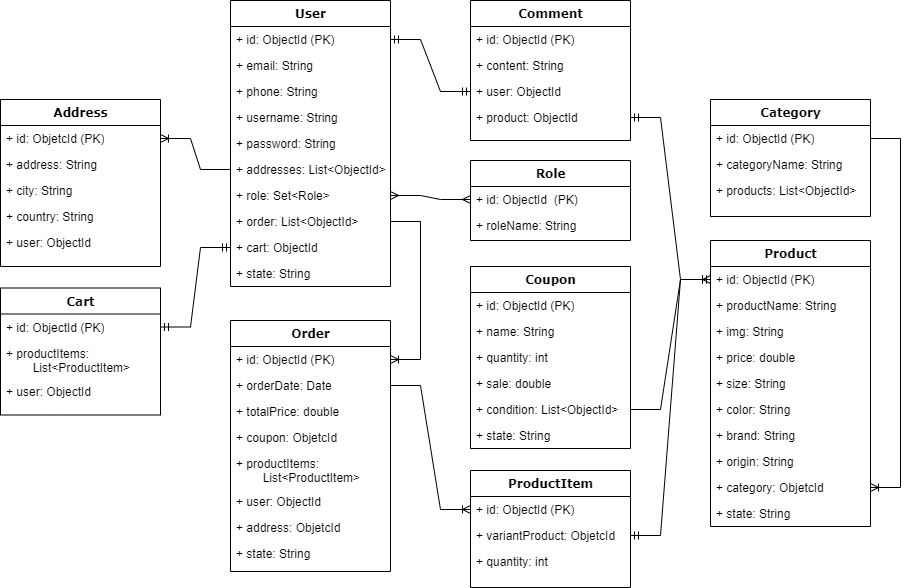
HuYssss/WatchStore keeps this draw.io diagram as WatchStoreDocs/ERD/WatchStoreERD.png. Above is the earlier version. Source tidied: cells renumbered, new cells last; positions are measured from the earlier drawing's top-left corner, leaving out a move shared by most shapes.
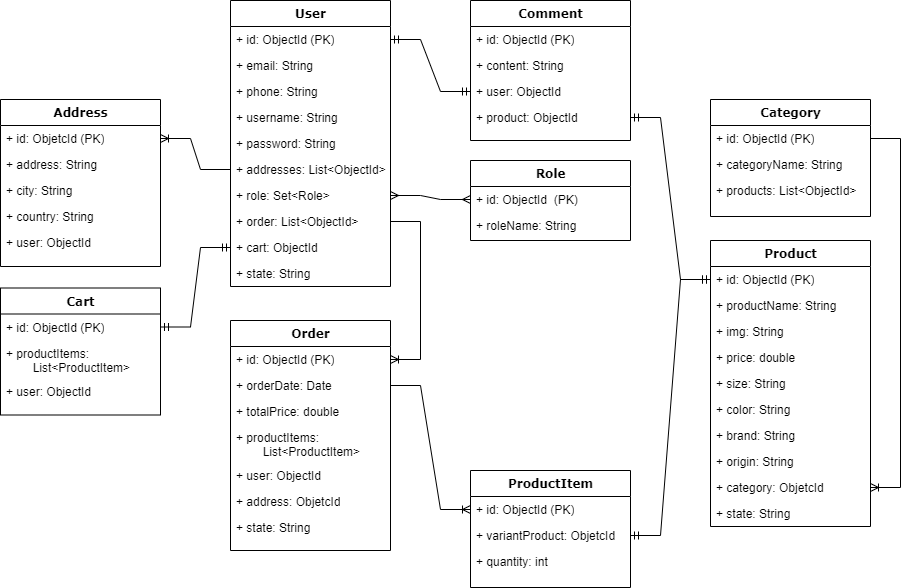
Above is the later version.

Diff of the diagram source:
```diff
@@ -60,7 +60,7 @@
       <mxGeometry y="104" width="160" height="26" as="geometry" />
     </mxCell>
     <mxCell id="21" value="Order" style="swimlane;html=1;fontStyle=1;align=center;verticalAlign=top;horizontal=1;startSize=26;swimlaneFillColor=#ffffff;rounded=0;shadow=0;comic=0;labelBackgroundColor=none;strokeWidth=1;fillColor=none;fontFamily=Verdana;fontSize=12;" parent="1" vertex="1">
-      <mxGeometry x="230" y="320" width="160" height="251" as="geometry" />
+      <mxGeometry x="230" y="320" width="160" height="230" as="geometry" />
     </mxCell>
     <mxCell id="22" value="+ id: ObjectId&amp;nbsp;(PK)" style="text;html=1;strokeColor=none;fillColor=none;align=left;verticalAlign=top;spacingLeft=4;spacingRight=4;whiteSpace=wrap;overflow=hidden;points=[[0,0.5],[1,0.5]];portConstraint=eastwest;" parent="21" vertex="1">
       <mxGeometry y="26" width="160" height="26" as="geometry" />
@@ -71,20 +71,17 @@
     <mxCell id="24" value="+ totalPrice: double" style="text;html=1;strokeColor=none;fillColor=none;align=left;verticalAlign=top;spacingLeft=4;spacingRight=4;whiteSpace=wrap;overflow=hidden;" parent="21" vertex="1">
       <mxGeometry y="78" width="160" height="26" as="geometry" />
     </mxCell>
-    <mxCell id="25" value="+ coupon: ObjetcId" style="text;html=1;strokeColor=none;fillColor=none;align=left;verticalAlign=top;spacingLeft=4;spacingRight=4;whiteSpace=wrap;overflow=hidden;" parent="21" vertex="1">
-      <mxGeometry y="104" width="160" height="26" as="geometry" />
-    </mxCell>
     <mxCell id="26" value="+ productItems: &lt;span style=&quot;white-space: pre;&quot;&gt;&#9;&lt;/span&gt;List&amp;lt;ProductItem&amp;gt;" style="text;html=1;strokeColor=none;fillColor=none;align=left;verticalAlign=top;spacingLeft=4;spacingRight=4;whiteSpace=wrap;overflow=hidden;" parent="21" vertex="1">
-      <mxGeometry y="130" width="160" height="38" as="geometry" />
+      <mxGeometry y="104" width="160" height="38" as="geometry" />
     </mxCell>
     <mxCell id="27" value="+ user: ObjectId" style="text;html=1;strokeColor=none;fillColor=none;align=left;verticalAlign=top;spacingLeft=4;spacingRight=4;whiteSpace=wrap;overflow=hidden;" parent="21" vertex="1">
-      <mxGeometry y="168" width="160" height="26" as="geometry" />
+      <mxGeometry y="142" width="160" height="26" as="geometry" />
     </mxCell>
     <mxCell id="28" value="+ address: ObjetcId" style="text;html=1;strokeColor=none;fillColor=none;align=left;verticalAlign=top;spacingLeft=4;spacingRight=4;whiteSpace=wrap;overflow=hidden;" parent="21" vertex="1">
-      <mxGeometry y="194" width="160" height="26" as="geometry" />
+      <mxGeometry y="168" width="160" height="26" as="geometry" />
     </mxCell>
     <mxCell id="29" value="+ state: String" style="text;html=1;strokeColor=none;fillColor=none;align=left;verticalAlign=top;spacingLeft=4;spacingRight=4;whiteSpace=wrap;overflow=hidden;" parent="21" vertex="1">
-      <mxGeometry y="220" width="160" height="26" as="geometry" />
+      <mxGeometry y="194" width="160" height="26" as="geometry" />
     </mxCell>
     <mxCell id="30" value="Product" style="swimlane;html=1;fontStyle=1;align=center;verticalAlign=top;horizontal=1;startSize=26;swimlaneFillColor=#ffffff;rounded=0;shadow=0;comic=0;labelBackgroundColor=none;strokeWidth=1;fillColor=none;fontFamily=Verdana;fontSize=12;" parent="1" vertex="1">
       <mxGeometry x="710" y="240" width="160" height="286" as="geometry" />
@@ -201,30 +198,6 @@
     <mxCell id="66" style="edgeStyle=entityRelationEdgeStyle;fontSize=12;html=1;endArrow=ERmandOne;startArrow=ERmandOne;rounded=0;entryX=1;entryY=0.5;entryDx=0;entryDy=0;exitX=0;exitY=0.5;exitDx=0;exitDy=0;" parent="1" edge="1" source="31" target="20">
       <mxGeometry relative="1" as="geometry" />
     </mxCell>
-    <mxCell id="67" value="Coupon" style="swimlane;html=1;fontStyle=1;align=center;verticalAlign=top;horizontal=1;startSize=26;swimlaneFillColor=#ffffff;rounded=0;shadow=0;comic=0;labelBackgroundColor=none;strokeWidth=1;fillColor=none;fontFamily=Verdana;fontSize=12;" parent="1" vertex="1">
-      <mxGeometry x="470" y="266" width="160" height="182" as="geometry" />
-    </mxCell>
-    <mxCell id="68" value="+ id: ObjectId&amp;nbsp;(PK)" style="text;html=1;strokeColor=none;fillColor=none;align=left;verticalAlign=top;spacingLeft=4;spacingRight=4;whiteSpace=wrap;overflow=hidden;" parent="67" vertex="1">
-      <mxGeometry y="26" width="160" height="26" as="geometry" />
-    </mxCell>
-    <mxCell id="69" value="+ name: String" style="text;html=1;strokeColor=none;fillColor=none;align=left;verticalAlign=top;spacingLeft=4;spacingRight=4;whiteSpace=wrap;overflow=hidden;" parent="67" vertex="1">
-      <mxGeometry y="52" width="160" height="26" as="geometry" />
-    </mxCell>
-    <mxCell id="70" value="+ quantity: int" style="text;html=1;strokeColor=none;fillColor=none;align=left;verticalAlign=top;spacingLeft=4;spacingRight=4;whiteSpace=wrap;overflow=hidden;" parent="67" vertex="1">
-      <mxGeometry y="78" width="160" height="26" as="geometry" />
-    </mxCell>
-    <mxCell id="71" value="+ sale: double" style="text;html=1;strokeColor=none;fillColor=none;align=left;verticalAlign=top;spacingLeft=4;spacingRight=4;whiteSpace=wrap;overflow=hidden;" parent="67" vertex="1">
-      <mxGeometry y="104" width="160" height="26" as="geometry" />
-    </mxCell>
-    <mxCell id="72" value="+ condition: List&amp;lt;ObjectId&amp;gt;" style="text;html=1;strokeColor=none;fillColor=none;align=left;verticalAlign=top;spacingLeft=4;spacingRight=4;whiteSpace=wrap;overflow=hidden;points=[[0,0.5],[1,0.5]];portConstraint=eastwest;" parent="67" vertex="1">
-      <mxGeometry y="130" width="160" height="26" as="geometry" />
-    </mxCell>
-    <mxCell id="73" value="+ state: String" style="text;html=1;strokeColor=none;fillColor=none;align=left;verticalAlign=top;spacingLeft=4;spacingRight=4;whiteSpace=wrap;overflow=hidden;" parent="67" vertex="1">
-      <mxGeometry y="156" width="160" height="26" as="geometry" />
-    </mxCell>
-    <mxCell id="74" style="edgeStyle=entityRelationEdgeStyle;fontSize=12;html=1;endArrow=ERoneToMany;rounded=0;entryX=0;entryY=0.5;entryDx=0;entryDy=0;" parent="1" edge="1" source="72" target="31">
-      <mxGeometry relative="1" as="geometry" />
-    </mxCell>
     <mxCell id="75" style="edgeStyle=entityRelationEdgeStyle;fontSize=12;html=1;endArrow=ERoneToMany;rounded=0;entryX=0;entryY=0.5;entryDx=0;entryDy=0;exitX=1;exitY=0.5;exitDx=0;exitDy=0;" parent="1" edge="1" source="23" target="42">
       <mxGeometry relative="1" as="geometry" />
     </mxCell>
```
